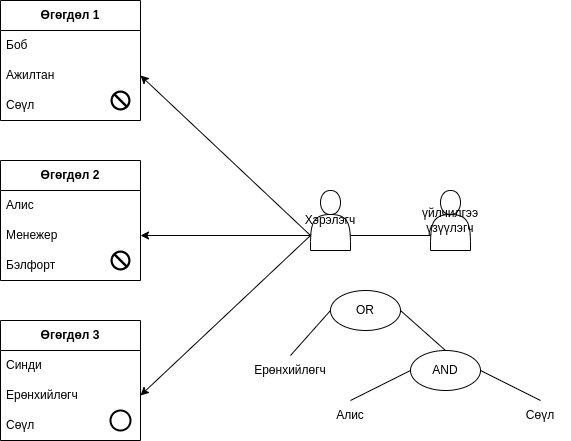
Above: Figures/encryption_schemes/kp-abe.drawio.png in myagmartseren/pre_report (draw.io), before the change. Source tidied: cells renumbered, new cells last; positions are measured from the earlier drawing's top-left corner, leaving out a move shared by most shapes. Its diagram source:
```xml
<mxGraphModel>
  <root>
    <mxCell id="0" />
    <mxCell id="1" parent="0" />
    <mxCell id="2" value="Хэрэлэгч" style="shape=actor;whiteSpace=wrap;html=1;" parent="1" vertex="1">
      <mxGeometry x="310" y="190" width="40" height="60" as="geometry" />
    </mxCell>
    <mxCell id="3" value="үйлчилгээ үзүүлэгч" style="shape=actor;whiteSpace=wrap;html=1;" parent="1" vertex="1">
      <mxGeometry x="430" y="190" width="40" height="60" as="geometry" />
    </mxCell>
    <mxCell id="4" value="&lt;b&gt;Өгөгдөл 1&lt;/b&gt;" style="swimlane;fontStyle=0;horizontal=1;startSize=30;whiteSpace=wrap;html=1;" parent="1" vertex="1">
      <mxGeometry width="140" height="120" as="geometry" />
    </mxCell>
    <mxCell id="5" value="Боб" style="text;strokeColor=none;fillColor=none;align=left;verticalAlign=middle;spacingLeft=4;spacingRight=4;overflow=hidden;whiteSpace=wrap;html=1;" parent="4" vertex="1">
      <mxGeometry y="30" width="140" height="30" as="geometry" />
    </mxCell>
    <mxCell id="6" value="Ажилтан" style="text;strokeColor=none;fillColor=none;align=left;verticalAlign=middle;spacingLeft=4;spacingRight=4;overflow=hidden;points=[[0,0.5],[1,0.5]];portConstraint=eastwest;whiteSpace=wrap;html=1;" parent="4" vertex="1">
      <mxGeometry y="60" width="140" height="30" as="geometry" />
    </mxCell>
    <mxCell id="7" value="Сөүл" style="text;strokeColor=none;fillColor=none;align=left;verticalAlign=middle;spacingLeft=4;spacingRight=4;overflow=hidden;whiteSpace=wrap;html=1;" parent="4" vertex="1">
      <mxGeometry y="90" width="140" height="30" as="geometry" />
    </mxCell>
    <mxCell id="8" value="&lt;b&gt;Өгөгдөл 2&lt;/b&gt;" style="swimlane;fontStyle=0;horizontal=1;startSize=30;whiteSpace=wrap;html=1;" parent="1" vertex="1">
      <mxGeometry y="160" width="140" height="120" as="geometry" />
    </mxCell>
    <mxCell id="9" value="Алис" style="text;strokeColor=none;fillColor=none;align=left;verticalAlign=middle;spacingLeft=4;spacingRight=4;overflow=hidden;whiteSpace=wrap;html=1;" parent="8" vertex="1">
      <mxGeometry y="30" width="140" height="30" as="geometry" />
    </mxCell>
    <mxCell id="10" value="Менежер" style="text;strokeColor=none;fillColor=none;align=left;verticalAlign=middle;spacingLeft=4;spacingRight=4;overflow=hidden;points=[[0,0.5],[1,0.5]];portConstraint=eastwest;whiteSpace=wrap;html=1;" parent="8" vertex="1">
      <mxGeometry y="60" width="140" height="30" as="geometry" />
    </mxCell>
    <mxCell id="11" value="Бэлфорт" style="text;strokeColor=none;fillColor=none;align=left;verticalAlign=middle;spacingLeft=4;spacingRight=4;overflow=hidden;whiteSpace=wrap;html=1;" parent="8" vertex="1">
      <mxGeometry y="90" width="140" height="30" as="geometry" />
    </mxCell>
    <mxCell id="12" value="&lt;b&gt;Өгөгдөл 3&lt;br&gt;&lt;/b&gt;" style="swimlane;fontStyle=0;horizontal=1;startSize=30;whiteSpace=wrap;html=1;" parent="1" vertex="1">
      <mxGeometry y="320" width="140" height="120" as="geometry" />
    </mxCell>
    <mxCell id="13" value="Синди" style="text;strokeColor=none;fillColor=none;align=left;verticalAlign=middle;spacingLeft=4;spacingRight=4;overflow=hidden;whiteSpace=wrap;html=1;" parent="12" vertex="1">
      <mxGeometry y="30" width="140" height="30" as="geometry" />
    </mxCell>
    <mxCell id="14" value="Ерөнхийлөгч" style="text;strokeColor=none;fillColor=none;align=left;verticalAlign=middle;spacingLeft=4;spacingRight=4;overflow=hidden;points=[[0,0.5],[1,0.5]];portConstraint=eastwest;whiteSpace=wrap;html=1;" parent="12" vertex="1">
      <mxGeometry y="60" width="140" height="30" as="geometry" />
    </mxCell>
    <mxCell id="15" value="Сөүл" style="text;strokeColor=none;fillColor=none;align=left;verticalAlign=middle;spacingLeft=4;spacingRight=4;overflow=hidden;whiteSpace=wrap;html=1;" parent="12" vertex="1">
      <mxGeometry y="90" width="140" height="30" as="geometry" />
    </mxCell>
    <mxCell id="16" style="endArrow=classic;html=1;rounded=0;entryX=1;entryY=0.5;entryDx=0;entryDy=0;exitX=0;exitY=0.75;exitDx=0;exitDy=0;" parent="1" edge="1" source="2" target="6">
      <mxGeometry relative="1" as="geometry" />
    </mxCell>
    <mxCell id="17" style="endArrow=classic;html=1;rounded=0;entryX=1;entryY=0.5;entryDx=0;entryDy=0;exitX=0;exitY=0.75;exitDx=0;exitDy=0;" parent="1" edge="1" source="2" target="10">
      <mxGeometry relative="1" as="geometry" />
    </mxCell>
    <mxCell id="18" style="endArrow=classic;html=1;rounded=0;entryX=1;entryY=0.5;entryDx=0;entryDy=0;exitX=0;exitY=0.75;exitDx=0;exitDy=0;" parent="1" edge="1" source="2" target="14">
      <mxGeometry relative="1" as="geometry" />
    </mxCell>
    <mxCell id="19" value="OR" style="ellipse;whiteSpace=wrap;html=1;" parent="1" vertex="1">
      <mxGeometry x="330" y="290" width="70" height="40" as="geometry" />
    </mxCell>
    <mxCell id="20" value="AND" style="ellipse;whiteSpace=wrap;html=1;" parent="1" vertex="1">
      <mxGeometry x="410" y="350" width="70" height="40" as="geometry" />
    </mxCell>
    <mxCell id="21" value="Ерөнхийлөгч" style="text;strokeColor=none;align=center;fillColor=none;html=1;verticalAlign=middle;whiteSpace=wrap;rounded=0;" parent="1" vertex="1">
      <mxGeometry x="260" y="355" width="60" height="30" as="geometry" />
    </mxCell>
    <mxCell id="22" style="endArrow=none;html=1;rounded=0;entryX=0;entryY=0.5;entryDx=0;entryDy=0;exitX=0.5;exitY=0;exitDx=0;exitDy=0;" parent="1" edge="1" source="21" target="19">
      <mxGeometry relative="1" as="geometry" />
    </mxCell>
    <mxCell id="23" value="Алис" style="text;strokeColor=none;align=center;fillColor=none;html=1;verticalAlign=middle;whiteSpace=wrap;rounded=0;" parent="1" vertex="1">
      <mxGeometry x="320" y="400" width="60" height="30" as="geometry" />
    </mxCell>
    <mxCell id="24" value="Сөүл" style="text;strokeColor=none;align=center;fillColor=none;html=1;verticalAlign=middle;whiteSpace=wrap;rounded=0;" parent="1" vertex="1">
      <mxGeometry x="510" y="400" width="60" height="30" as="geometry" />
    </mxCell>
    <mxCell id="25" style="endArrow=none;html=1;rounded=0;entryX=0;entryY=0.5;entryDx=0;entryDy=0;exitX=0.5;exitY=0;exitDx=0;exitDy=0;" parent="1" edge="1" source="23" target="20">
      <mxGeometry relative="1" as="geometry" />
    </mxCell>
    <mxCell id="26" style="endArrow=none;html=1;rounded=0;entryX=1;entryY=0.5;entryDx=0;entryDy=0;exitX=0.5;exitY=0;exitDx=0;exitDy=0;" parent="1" edge="1" source="24" target="20">
      <mxGeometry relative="1" as="geometry" />
    </mxCell>
    <mxCell id="27" style="endArrow=none;html=1;rounded=0;entryX=0;entryY=0.75;entryDx=0;entryDy=0;exitX=1;exitY=0.75;exitDx=0;exitDy=0;" parent="1" edge="1" source="2" target="3">
      <mxGeometry relative="1" as="geometry" />
    </mxCell>
    <mxCell id="28" style="endArrow=none;html=1;rounded=0;entryX=1;entryY=0.5;entryDx=0;entryDy=0;exitX=0.5;exitY=0;exitDx=0;exitDy=0;" parent="1" edge="1" source="20" target="19">
      <mxGeometry relative="1" as="geometry" />
    </mxCell>
    <mxCell id="29" style="shape=mxgraph.signs.safety.no;html=1;fillColor=#000000;strokeColor=none;verticalLabelPosition=bottom;verticalAlign=top;align=center;" parent="1" vertex="1">
      <mxGeometry x="110" y="250" width="20" height="20" as="geometry" />
    </mxCell>
    <mxCell id="30" style="shape=mxgraph.signs.safety.no;html=1;fillColor=#000000;strokeColor=none;verticalLabelPosition=bottom;verticalAlign=top;align=center;" parent="1" vertex="1">
      <mxGeometry x="110" y="90" width="20" height="20" as="geometry" />
    </mxCell>
    <mxCell id="31" style="html=1;verticalLabelPosition=bottom;labelBackgroundColor=#ffffff;verticalAlign=top;shadow=0;dashed=0;strokeWidth=2;shape=mxgraph.ios7.misc.circle;" parent="1" vertex="1">
      <mxGeometry x="110" y="410" width="20" height="20" as="geometry" />
    </mxCell>
  </root>
</mxGraphModel>
```
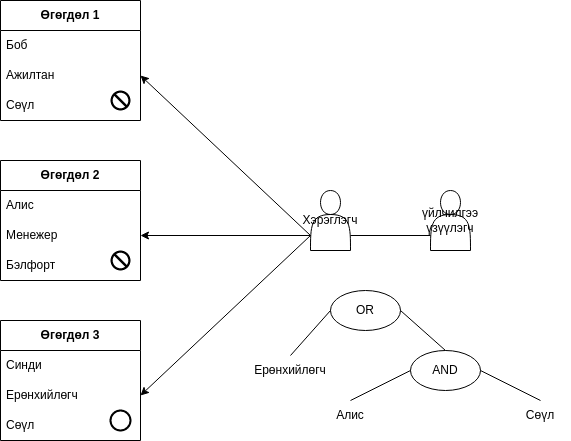
The same file after the commit.

What changed in the source:
```diff
@@ -2,7 +2,7 @@
   <root>
     <mxCell id="0" />
     <mxCell id="1" parent="0" />
-    <mxCell id="2" value="Хэрэлэгч" style="shape=actor;whiteSpace=wrap;html=1;" parent="1" vertex="1">
+    <mxCell id="2" value="Хэрэглэгч" style="shape=actor;whiteSpace=wrap;html=1;" parent="1" vertex="1">
       <mxGeometry x="310" y="190" width="40" height="60" as="geometry" />
     </mxCell>
     <mxCell id="3" value="үйлчилгээ үзүүлэгч" style="shape=actor;whiteSpace=wrap;html=1;" parent="1" vertex="1">
```
